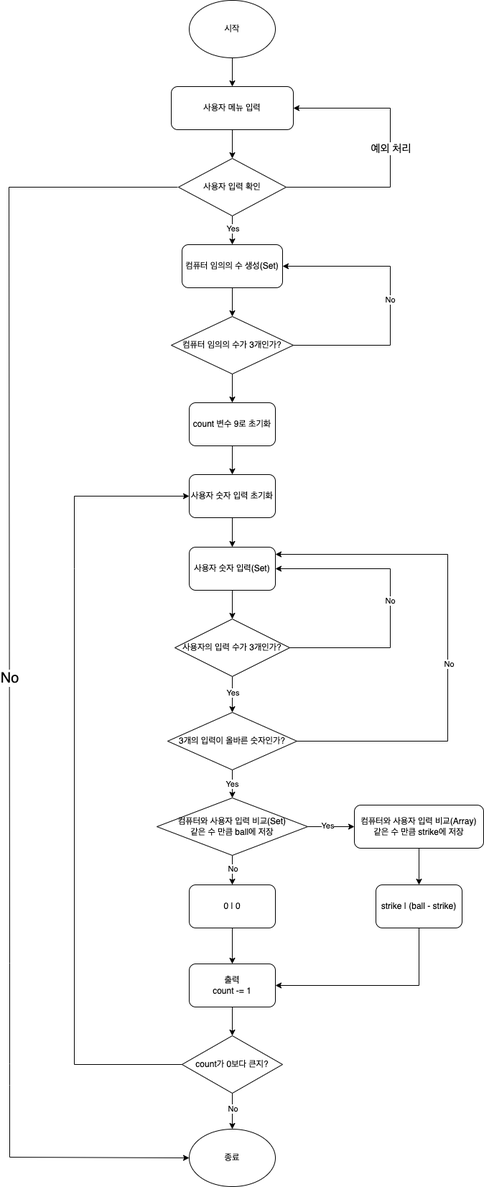
Before: flowchart.png, a diagram exported from draw.io (yagom-academy/ios-number-baseball). Source tidied: cells renumbered, new cells last; positions are measured from the earlier drawing's top-left corner, leaving out a move shared by most shapes.
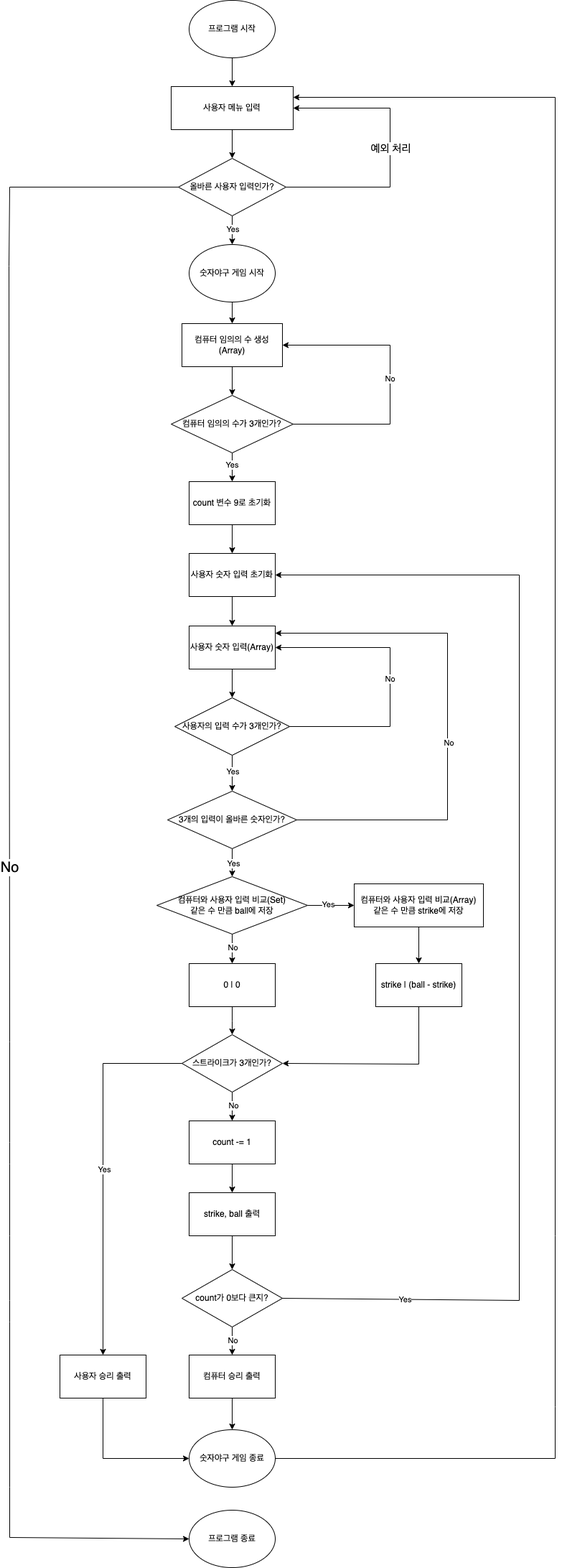
Later version of the same file.

The edit, as a diff of the source:
```diff
@@ -5,60 +5,67 @@
     <mxCell id="2" style="edgeStyle=orthogonalEdgeStyle;rounded=0;jettySize=auto;html=1;" parent="1" edge="1" source="3" target="5">
       <mxGeometry relative="1" as="geometry" />
     </mxCell>
-    <mxCell id="3" value="시작" style="ellipse;whiteSpace=wrap;html=1;" parent="1" vertex="1">
-      <mxGeometry x="251" width="120" height="80" as="geometry" />
+    <mxCell id="3" value="프로그램 시작" style="ellipse;whiteSpace=wrap;html=1;rounded=0;" parent="1" vertex="1">
+      <mxGeometry x="251" y="-110" width="120" height="80" as="geometry" />
     </mxCell>
     <mxCell id="4" style="edgeStyle=orthogonalEdgeStyle;rounded=0;jettySize=auto;html=1;" parent="1" edge="1" source="5" target="8">
       <mxGeometry relative="1" as="geometry" />
     </mxCell>
-    <mxCell id="5" value="사용자 메뉴 입력" style="rounded=1;whiteSpace=wrap;html=1;" parent="1" vertex="1">
-      <mxGeometry x="226" y="120" width="170" height="60" as="geometry" />
+    <mxCell id="5" value="사용자 메뉴 입력" style="rounded=0;whiteSpace=wrap;html=1;" parent="1" vertex="1">
+      <mxGeometry x="226" y="10" width="170" height="60" as="geometry" />
     </mxCell>
-    <mxCell id="6" style="edgeStyle=orthogonalEdgeStyle;rounded=0;jettySize=auto;html=1;" parent="1" edge="1" source="8" target="12">
+    <mxCell id="6" style="edgeStyle=orthogonalEdgeStyle;rounded=0;jettySize=auto;html=1;entryX=0.5;entryY=0;entryDx=0;entryDy=0;" parent="1" edge="1" source="8" target="54">
       <mxGeometry relative="1" as="geometry" />
     </mxCell>
-    <mxCell id="7" value="Yes" style="edgeLabel;html=1;align=center;verticalAlign=middle;" parent="6" vertex="1">
+    <mxCell id="7" value="Yes" style="edgeLabel;html=1;align=center;verticalAlign=middle;rounded=0;" parent="6" vertex="1">
       <mxGeometry x="-0.15" relative="1" as="geometry" />
     </mxCell>
-    <mxCell id="8" value="사용자 입력 확인" style="rhombus;whiteSpace=wrap;html=1;" parent="1" vertex="1">
-      <mxGeometry x="236" y="220" width="150" height="80" as="geometry" />
+    <mxCell id="8" value="올바른 사용자 입력인가?" style="rhombus;whiteSpace=wrap;html=1;rounded=0;" parent="1" vertex="1">
+      <mxGeometry x="236" y="110" width="150" height="80" as="geometry" />
     </mxCell>
-    <mxCell id="9" value="종료" style="ellipse;whiteSpace=wrap;html=1;" parent="1" vertex="1">
-      <mxGeometry x="251" y="1571" width="120" height="80" as="geometry" />
+    <mxCell id="9" value="프로그램 종료" style="ellipse;whiteSpace=wrap;html=1;rounded=0;" parent="1" vertex="1">
+      <mxGeometry x="251" y="1992" width="120" height="80" as="geometry" />
     </mxCell>
-    <mxCell id="10" value="&lt;font style=&quot;font-size: 20px;&quot;&gt;No&lt;/font&gt;" style="edgeStyle=none;jettySize=auto;html=1;rounded=0;exitX=0;exitY=0.5;exitDx=0;exitDy=0;entryX=0;entryY=0.5;entryDx=0;entryDy=0;" parent="1" edge="1" target="9">
+    <mxCell id="10" value="&lt;font style=&quot;font-size: 20px;&quot;&gt;No&lt;/font&gt;" style="edgeStyle=none;jettySize=auto;html=1;rounded=0;exitX=0;exitY=0.5;exitDx=0;exitDy=0;entryX=0;entryY=0.5;entryDx=0;entryDy=0;" parent="1" edge="1" source="8" target="9">
       <mxGeometry relative="1" as="geometry">
-        <mxPoint x="235" y="260" as="sourcePoint" />
         <Array as="points">
+          <mxPoint x="1" y="150" />
           <mxPoint y="260" />
           <mxPoint x="1" y="1340" />
           <mxPoint x="1" y="1480" />
           <mxPoint x="1" y="1510" />
           <mxPoint x="1" y="1610" />
+          <mxPoint x="1" y="1700" />
+          <mxPoint x="1" y="1730" />
+          <mxPoint x="1" y="1960" />
+          <mxPoint x="1" y="2030" />
         </Array>
       </mxGeometry>
     </mxCell>
     <mxCell id="11" style="edgeStyle=orthogonalEdgeStyle;rounded=0;jettySize=auto;html=1;" parent="1" edge="1" source="12" target="16">
       <mxGeometry relative="1" as="geometry" />
     </mxCell>
-    <mxCell id="12" value="컴퓨터 임의의 수 생성(Set)" style="rounded=1;whiteSpace=wrap;html=1;" parent="1" vertex="1">
+    <mxCell id="12" value="컴퓨터 임의의 수 생성(Array)" style="rounded=0;whiteSpace=wrap;html=1;" parent="1" vertex="1">
       <mxGeometry x="241" y="340" width="140" height="60" as="geometry" />
     </mxCell>
     <mxCell id="13" style="edgeStyle=none;jettySize=auto;html=1;rounded=0;exitX=1;exitY=0.5;exitDx=0;exitDy=0;entryX=1;entryY=0.5;entryDx=0;entryDy=0;" parent="1" edge="1" source="8" target="5">
       <mxGeometry relative="1" as="geometry">
         <Array as="points">
-          <mxPoint x="531" y="260" />
           <mxPoint x="531" y="150" />
+          <mxPoint x="531" y="40" />
         </Array>
       </mxGeometry>
     </mxCell>
-    <mxCell id="14" value="&lt;font style=&quot;font-size: 15px;&quot;&gt;예외 처리&lt;/font&gt;" style="edgeLabel;html=1;align=center;verticalAlign=middle;" parent="13" vertex="1">
+    <mxCell id="14" value="&lt;font style=&quot;font-size: 15px;&quot;&gt;예외 처리&lt;/font&gt;" style="edgeLabel;html=1;align=center;verticalAlign=middle;rounded=0;" parent="13" vertex="1">
       <mxGeometry x="0.03" relative="1" as="geometry" />
     </mxCell>
     <mxCell id="15" style="edgeStyle=orthogonalEdgeStyle;rounded=0;jettySize=auto;html=1;" parent="1" edge="1" source="16" target="19">
       <mxGeometry relative="1" as="geometry" />
     </mxCell>
+    <mxCell id="50" value="Yes" style="edgeLabel;html=1;align=center;verticalAlign=middle;rounded=0;" parent="15" vertex="1">
+      <mxGeometry x="-0.25" y="-1" relative="1" as="geometry" />
+    </mxCell>
-    <mxCell id="16" value="컴퓨터 임의의 수가 3개인가?" style="rhombus;whiteSpace=wrap;html=1;" parent="1" vertex="1">
+    <mxCell id="16" value="컴퓨터 임의의 수가 3개인가?" style="rhombus;whiteSpace=wrap;html=1;rounded=0;" parent="1" vertex="1">
       <mxGeometry x="226" y="440" width="170" height="80" as="geometry" />
     </mxCell>
     <mxCell id="17" value="No" style="edgeStyle=none;orthogonalLoop=1;jettySize=auto;html=1;rounded=0;exitX=1;exitY=0.5;exitDx=0;exitDy=0;entryX=1;entryY=0.5;entryDx=0;entryDy=0;" parent="1" edge="1">
@@ -74,22 +81,22 @@
     <mxCell id="18" style="edgeStyle=orthogonalEdgeStyle;rounded=0;jettySize=auto;html=1;" parent="1" edge="1" source="19" target="49">
       <mxGeometry relative="1" as="geometry" />
     </mxCell>
-    <mxCell id="19" value="count 변수 9로 초기화" style="rounded=1;whiteSpace=wrap;html=1;" parent="1" vertex="1">
+    <mxCell id="19" value="count 변수 9로 초기화" style="rounded=0;whiteSpace=wrap;html=1;" parent="1" vertex="1">
       <mxGeometry x="251" y="560" width="120" height="60" as="geometry" />
     </mxCell>
     <mxCell id="20" style="edgeStyle=orthogonalEdgeStyle;rounded=0;jettySize=auto;html=1;" parent="1" edge="1" source="21" target="24">
       <mxGeometry relative="1" as="geometry" />
     </mxCell>
-    <mxCell id="21" value="사용자 숫자 입력(Set)" style="rounded=1;whiteSpace=wrap;html=1;" parent="1" vertex="1">
+    <mxCell id="21" value="사용자 숫자 입력(Array)" style="rounded=0;whiteSpace=wrap;html=1;" parent="1" vertex="1">
       <mxGeometry x="251" y="761" width="120" height="60" as="geometry" />
     </mxCell>
     <mxCell id="22" style="edgeStyle=orthogonalEdgeStyle;rounded=0;jettySize=auto;html=1;" parent="1" edge="1" source="24" target="28">
       <mxGeometry relative="1" as="geometry" />
     </mxCell>
-    <mxCell id="23" value="Yes" style="edgeLabel;html=1;align=center;verticalAlign=middle;" parent="22" vertex="1">
+    <mxCell id="23" value="Yes" style="edgeLabel;html=1;align=center;verticalAlign=middle;rounded=0;" parent="22" vertex="1">
       <mxGeometry x="-0.12" relative="1" as="geometry" />
     </mxCell>
-    <mxCell id="24" value="사용자의 입력 수가 3개인가?" style="rhombus;whiteSpace=wrap;html=1;" parent="1" vertex="1">
+    <mxCell id="24" value="사용자의 입력 수가 3개인가?" style="rhombus;whiteSpace=wrap;html=1;rounded=0;" parent="1" vertex="1">
       <mxGeometry x="231" y="861" width="160" height="80" as="geometry" />
     </mxCell>
     <mxCell id="25" value="No" style="edgeStyle=none;jettySize=auto;html=1;rounded=0;exitX=1;exitY=0.5;exitDx=0;exitDy=0;entryX=1;entryY=0.5;entryDx=0;entryDy=0;" parent="1" edge="1" source="24" target="21">
@@ -103,10 +110,10 @@
     <mxCell id="26" style="edgeStyle=orthogonalEdgeStyle;rounded=0;jettySize=auto;html=1;entryX=0.5;entryY=0;entryDx=0;entryDy=0;" parent="1" edge="1" source="28" target="35">
       <mxGeometry relative="1" as="geometry" />
     </mxCell>
-    <mxCell id="27" value="Yes" style="edgeLabel;html=1;align=center;verticalAlign=middle;" parent="26" vertex="1">
+    <mxCell id="27" value="Yes" style="edgeLabel;html=1;align=center;verticalAlign=middle;rounded=0;" parent="26" vertex="1">
       <mxGeometry y="-1" relative="1" as="geometry" />
     </mxCell>
-    <mxCell id="28" value="3개의 입력이 올바른 숫자인가?" style="rhombus;whiteSpace=wrap;html=1;" parent="1" vertex="1">
+    <mxCell id="28" value="3개의 입력이 올바른 숫자인가?" style="rhombus;whiteSpace=wrap;html=1;rounded=0;" parent="1" vertex="1">
       <mxGeometry x="221" y="991" width="180" height="80" as="geometry" />
     </mxCell>
     <mxCell id="29" style="edgeStyle=none;jettySize=auto;html=1;rounded=0;exitX=1;exitY=0.5;exitDx=0;exitDy=0;" parent="1" edge="1" source="28">
@@ -118,75 +125,139 @@
         </Array>
       </mxGeometry>
     </mxCell>
-    <mxCell id="30" value="No" style="edgeLabel;html=1;align=center;verticalAlign=middle;" parent="29" vertex="1">
+    <mxCell id="30" value="No" style="edgeLabel;html=1;align=center;verticalAlign=middle;rounded=0;" parent="29" vertex="1">
       <mxGeometry x="-0.1" y="-1" relative="1" as="geometry" />
     </mxCell>
     <mxCell id="31" style="edgeStyle=orthogonalEdgeStyle;rounded=0;jettySize=auto;html=1;" parent="1" edge="1" source="35" target="37">
       <mxGeometry relative="1" as="geometry" />
     </mxCell>
-    <mxCell id="32" value="No" style="edgeLabel;html=1;align=center;verticalAlign=middle;" parent="31" vertex="1">
+    <mxCell id="32" value="No" style="edgeLabel;html=1;align=center;verticalAlign=middle;rounded=0;" parent="31" vertex="1">
       <mxGeometry x="-0.13" relative="1" as="geometry" />
     </mxCell>
     <mxCell id="33" style="edgeStyle=orthogonalEdgeStyle;rounded=0;jettySize=auto;html=1;" parent="1" edge="1" source="35" target="39">
       <mxGeometry relative="1" as="geometry" />
     </mxCell>
-    <mxCell id="34" value="Yes" style="edgeLabel;html=1;align=center;verticalAlign=middle;" parent="33" vertex="1">
+    <mxCell id="34" value="Yes" style="edgeLabel;html=1;align=center;verticalAlign=middle;rounded=0;" parent="33" vertex="1">
       <mxGeometry x="-0.17" y="2" relative="1" as="geometry" />
     </mxCell>
-    <mxCell id="35" value="컴퓨터와 사용자 입력 비교(Set)&lt;br&gt;같은 수 만큼 ball에 저장" style="rhombus;whiteSpace=wrap;html=1;" parent="1" vertex="1">
+    <mxCell id="35" value="컴퓨터와 사용자 입력 비교(Set)&lt;br&gt;같은 수 만큼 ball에 저장" style="rhombus;whiteSpace=wrap;html=1;rounded=0;" parent="1" vertex="1">
       <mxGeometry x="206" y="1110" width="210" height="80" as="geometry" />
     </mxCell>
-    <mxCell id="36" style="edgeStyle=orthogonalEdgeStyle;rounded=0;jettySize=auto;html=1;" parent="1" edge="1" source="37" target="42">
-      <mxGeometry relative="1" as="geometry" />
-    </mxCell>
+    <mxCell id="51" style="edgeStyle=orthogonalEdgeStyle;rounded=0;jettySize=auto;html=1;" parent="1" edge="1" source="37" target="59">
+      <mxGeometry relative="1" as="geometry" />
+    </mxCell>
-    <mxCell id="37" value="0 | 0" style="rounded=1;whiteSpace=wrap;html=1;" parent="1" vertex="1">
+    <mxCell id="37" value="0 | 0" style="rounded=0;whiteSpace=wrap;html=1;" parent="1" vertex="1">
       <mxGeometry x="251" y="1231" width="120" height="60" as="geometry" />
     </mxCell>
     <mxCell id="38" style="edgeStyle=orthogonalEdgeStyle;rounded=0;jettySize=auto;html=1;" parent="1" edge="1" source="39" target="40">
       <mxGeometry relative="1" as="geometry" />
     </mxCell>
-    <mxCell id="39" value="컴퓨터와 사용자 입력 비교(Array)&lt;br&gt;같은 수 만큼 strike에 저장" style="rounded=1;whiteSpace=wrap;html=1;" parent="1" vertex="1">
+    <mxCell id="39" value="컴퓨터와 사용자 입력 비교(Array)&lt;br&gt;같은 수 만큼 strike에 저장" style="rounded=0;whiteSpace=wrap;html=1;" parent="1" vertex="1">
       <mxGeometry x="481" y="1120" width="180" height="60" as="geometry" />
     </mxCell>
-    <mxCell id="40" value="strike | (ball - strike)" style="rounded=1;whiteSpace=wrap;html=1;" parent="1" vertex="1">
+    <mxCell id="40" value="strike | (ball - strike)" style="rounded=0;whiteSpace=wrap;html=1;" parent="1" vertex="1">
       <mxGeometry x="511" y="1231" width="120" height="60" as="geometry" />
     </mxCell>
-    <mxCell id="41" style="edgeStyle=orthogonalEdgeStyle;rounded=0;jettySize=auto;html=1;" parent="1" edge="1" source="42" target="46">
-      <mxGeometry relative="1" as="geometry" />
-    </mxCell>
+    <mxCell id="52" style="edgeStyle=orthogonalEdgeStyle;rounded=0;jettySize=auto;html=1;" parent="1" edge="1" source="42" target="64">
+      <mxGeometry relative="1" as="geometry" />
+    </mxCell>
-    <mxCell id="42" value="출력&lt;br&gt;count -= 1" style="rounded=1;whiteSpace=wrap;html=1;" parent="1" vertex="1">
-      <mxGeometry x="251" y="1341" width="120" height="60" as="geometry" />
+    <mxCell id="42" value="count -= 1" style="rounded=0;whiteSpace=wrap;html=1;" parent="1" vertex="1">
+      <mxGeometry x="251" y="1450" width="120" height="60" as="geometry" />
     </mxCell>
-    <mxCell id="43" style="edgeStyle=none;jettySize=auto;html=1;rounded=0;exitX=0.5;exitY=1;exitDx=0;exitDy=0;entryX=1;entryY=0.5;entryDx=0;entryDy=0;" parent="1" edge="1" source="40" target="42">
+    <mxCell id="43" style="edgeStyle=none;jettySize=auto;html=1;rounded=0;exitX=0.5;exitY=1;exitDx=0;exitDy=0;entryX=1;entryY=0.5;entryDx=0;entryDy=0;" parent="1" edge="1" source="40" target="59">
       <mxGeometry relative="1" as="geometry">
         <Array as="points">
           <mxPoint x="571" y="1371" />
         </Array>
       </mxGeometry>
     </mxCell>
-    <mxCell id="44" style="edgeStyle=orthogonalEdgeStyle;rounded=0;jettySize=auto;html=1;" parent="1" edge="1" source="46" target="9">
+    <mxCell id="44" style="edgeStyle=orthogonalEdgeStyle;rounded=0;jettySize=auto;html=1;entryX=0.5;entryY=0;entryDx=0;entryDy=0;" parent="1" edge="1" source="46" target="66">
       <mxGeometry relative="1" as="geometry" />
     </mxCell>
-    <mxCell id="45" value="No" style="edgeLabel;html=1;align=center;verticalAlign=middle;" parent="44" vertex="1">
+    <mxCell id="45" value="No" style="edgeLabel;html=1;align=center;verticalAlign=middle;rounded=0;" parent="44" vertex="1">
       <mxGeometry x="-0.16" relative="1" as="geometry" />
     </mxCell>
-    <mxCell id="46" value="count가 0보다 큰지?" style="rhombus;whiteSpace=wrap;html=1;" parent="1" vertex="1">
-      <mxGeometry x="241" y="1441" width="140" height="80" as="geometry" />
+    <mxCell id="46" value="count가 0보다 큰지?" style="rhombus;whiteSpace=wrap;html=1;rounded=0;" parent="1" vertex="1">
+      <mxGeometry x="241" y="1657" width="140" height="80" as="geometry" />
     </mxCell>
-    <mxCell id="47" style="edgeStyle=none;jettySize=auto;html=1;rounded=0;exitX=0;exitY=0.5;exitDx=0;exitDy=0;entryX=0;entryY=0.5;entryDx=0;entryDy=0;" parent="1" edge="1" source="46" target="49">
-      <mxGeometry relative="1" as="geometry">
-        <Array as="points">
-          <mxPoint x="91" y="1481" />
-          <mxPoint x="91" y="791" />
-          <mxPoint x="91" y="690" />
-        </Array>
-      </mxGeometry>
-    </mxCell>
     <mxCell id="48" style="edgeStyle=orthogonalEdgeStyle;rounded=0;jettySize=auto;html=1;" parent="1" edge="1" source="49" target="21">
       <mxGeometry relative="1" as="geometry" />
     </mxCell>
-    <mxCell id="49" value="사용자 숫자 입력 초기화" style="rounded=1;whiteSpace=wrap;html=1;" parent="1" vertex="1">
+    <mxCell id="49" value="사용자 숫자 입력 초기화" style="rounded=0;whiteSpace=wrap;html=1;" parent="1" vertex="1">
       <mxGeometry x="251" y="660" width="120" height="60" as="geometry" />
     </mxCell>
+    <mxCell id="53" style="edgeStyle=orthogonalEdgeStyle;rounded=0;jettySize=auto;html=1;" parent="1" edge="1" source="54" target="12">
+      <mxGeometry relative="1" as="geometry" />
+    </mxCell>
+    <mxCell id="54" value="숫자야구 게임 시작" style="ellipse;whiteSpace=wrap;html=1;rounded=0;" parent="1" vertex="1">
+      <mxGeometry x="251" y="230" width="120" height="80" as="geometry" />
+    </mxCell>
+    <mxCell id="55" value="숫자야구 게임 종료" style="ellipse;whiteSpace=wrap;html=1;rounded=0;" parent="1" vertex="1">
+      <mxGeometry x="251" y="1880" width="120" height="80" as="geometry" />
+    </mxCell>
+    <mxCell id="56" style="edgeStyle=none;jettySize=auto;html=1;rounded=0;exitX=1;exitY=0.5;exitDx=0;exitDy=0;entryX=1;entryY=0.25;entryDx=0;entryDy=0;" parent="1" edge="1" source="55" target="5">
+      <mxGeometry relative="1" as="geometry">
+        <Array as="points">
+          <mxPoint x="761" y="1920" />
+          <mxPoint x="761" y="1848" />
+          <mxPoint x="761" y="1610" />
+          <mxPoint x="761" y="25" />
+        </Array>
+      </mxGeometry>
+    </mxCell>
+    <mxCell id="57" style="edgeStyle=orthogonalEdgeStyle;rounded=0;jettySize=auto;html=1;" parent="1" edge="1" source="59" target="42">
+      <mxGeometry relative="1" as="geometry" />
+    </mxCell>
+    <mxCell id="58" value="No" style="edgeLabel;html=1;align=center;verticalAlign=middle;rounded=0;" parent="57" vertex="1">
+      <mxGeometry x="-0.09" y="1" relative="1" as="geometry" />
+    </mxCell>
+    <mxCell id="59" value="스트라이크가 3개인가?" style="rhombus;whiteSpace=wrap;html=1;rounded=0;" parent="1" vertex="1">
+      <mxGeometry x="241" y="1330" width="140" height="80" as="geometry" />
+    </mxCell>
+    <mxCell id="47" style="edgeStyle=none;jettySize=auto;html=1;rounded=0;exitX=1;exitY=0.5;exitDx=0;exitDy=0;entryX=1;entryY=0.5;entryDx=0;entryDy=0;" parent="1" edge="1" source="46" target="49">
+      <mxGeometry relative="1" as="geometry">
+        <Array as="points">
+          <mxPoint x="711" y="1700" />
+          <mxPoint x="711" y="690" />
+        </Array>
+      </mxGeometry>
+    </mxCell>
+    <mxCell id="60" value="Yes" style="edgeLabel;html=1;align=center;verticalAlign=middle;rounded=0;" parent="47" vertex="1">
+      <mxGeometry x="-0.8" y="1" relative="1" as="geometry" />
+    </mxCell>
+    <mxCell id="61" style="edgeStyle=none;jettySize=auto;html=1;rounded=0;exitX=0;exitY=0.5;exitDx=0;exitDy=0;entryX=0.5;entryY=0;entryDx=0;entryDy=0;" parent="1" edge="1" source="59" target="65">
+      <mxGeometry relative="1" as="geometry">
+        <Array as="points">
+          <mxPoint x="131" y="1370" />
+        </Array>
+      </mxGeometry>
+    </mxCell>
+    <mxCell id="62" value="Yes" style="edgeLabel;html=1;align=center;verticalAlign=middle;rounded=0;" parent="61" vertex="1">
+      <mxGeometry y="1" relative="1" as="geometry">
+        <mxPoint y="-1" as="offset" />
+      </mxGeometry>
+    </mxCell>
+    <mxCell id="63" style="edgeStyle=orthogonalEdgeStyle;jettySize=auto;html=1;" parent="1" edge="1" source="64" target="46">
+      <mxGeometry relative="1" as="geometry" />
+    </mxCell>
+    <mxCell id="64" value="strike, ball 출력" style="rounded=0;whiteSpace=wrap;html=1;" parent="1" vertex="1">
+      <mxGeometry x="251" y="1550" width="120" height="60" as="geometry" />
+    </mxCell>
+    <mxCell id="65" value="사용자 승리 출력" style="rounded=0;whiteSpace=wrap;html=1;" parent="1" vertex="1">
+      <mxGeometry x="71" y="1776" width="120" height="60" as="geometry" />
+    </mxCell>
+    <mxCell id="66" value="컴퓨터 승리 출력" style="rounded=0;whiteSpace=wrap;html=1;" parent="1" vertex="1">
+      <mxGeometry x="251" y="1776" width="120" height="60" as="geometry" />
+    </mxCell>
+    <mxCell id="67" style="edgeStyle=none;jettySize=auto;html=1;rounded=0;exitX=0.5;exitY=1;exitDx=0;exitDy=0;entryX=0.5;entryY=0;entryDx=0;entryDy=0;" parent="1" edge="1" source="66" target="55">
+      <mxGeometry relative="1" as="geometry" />
+    </mxCell>
+    <mxCell id="68" style="edgeStyle=none;jettySize=auto;html=1;rounded=0;exitX=0.5;exitY=1;exitDx=0;exitDy=0;entryX=0;entryY=0.5;entryDx=0;entryDy=0;" parent="1" edge="1" source="65" target="55">
+      <mxGeometry relative="1" as="geometry">
+        <Array as="points">
+          <mxPoint x="131" y="1920" />
+        </Array>
+      </mxGeometry>
+    </mxCell>
   </root>
 </mxGraphModel>
```
